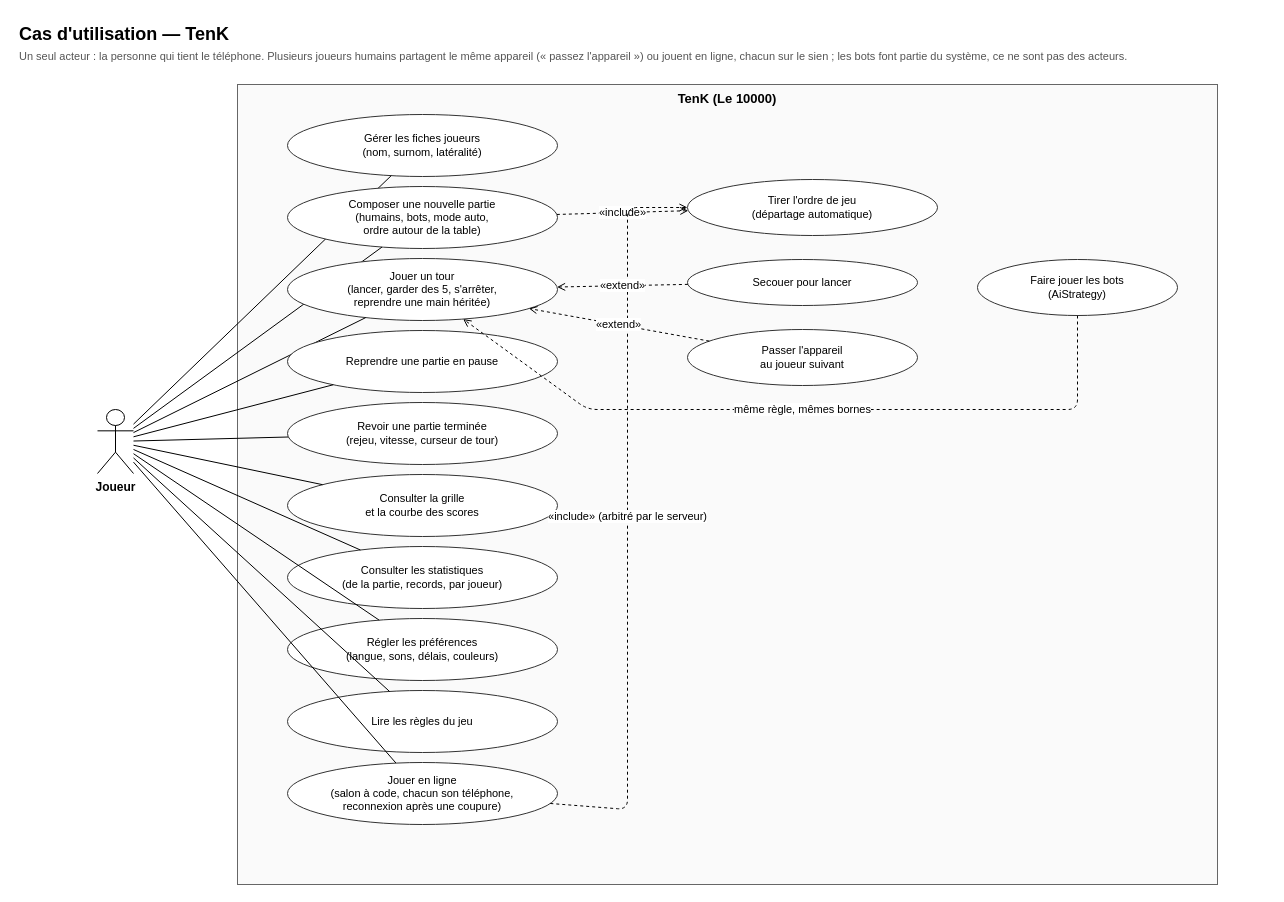
This is docs/uml/use-cases.drawio from microscotch/tenk, a draw.io file, before an edit. Source tidied: cells renumbered, new cells numbered last; positions are measured from the earlier drawing's top-left corner, leaving out a move shared by most shapes. Both pictures are drawn from the tidied source at 100%, with x=0, y=0 at pixel (17, 17).
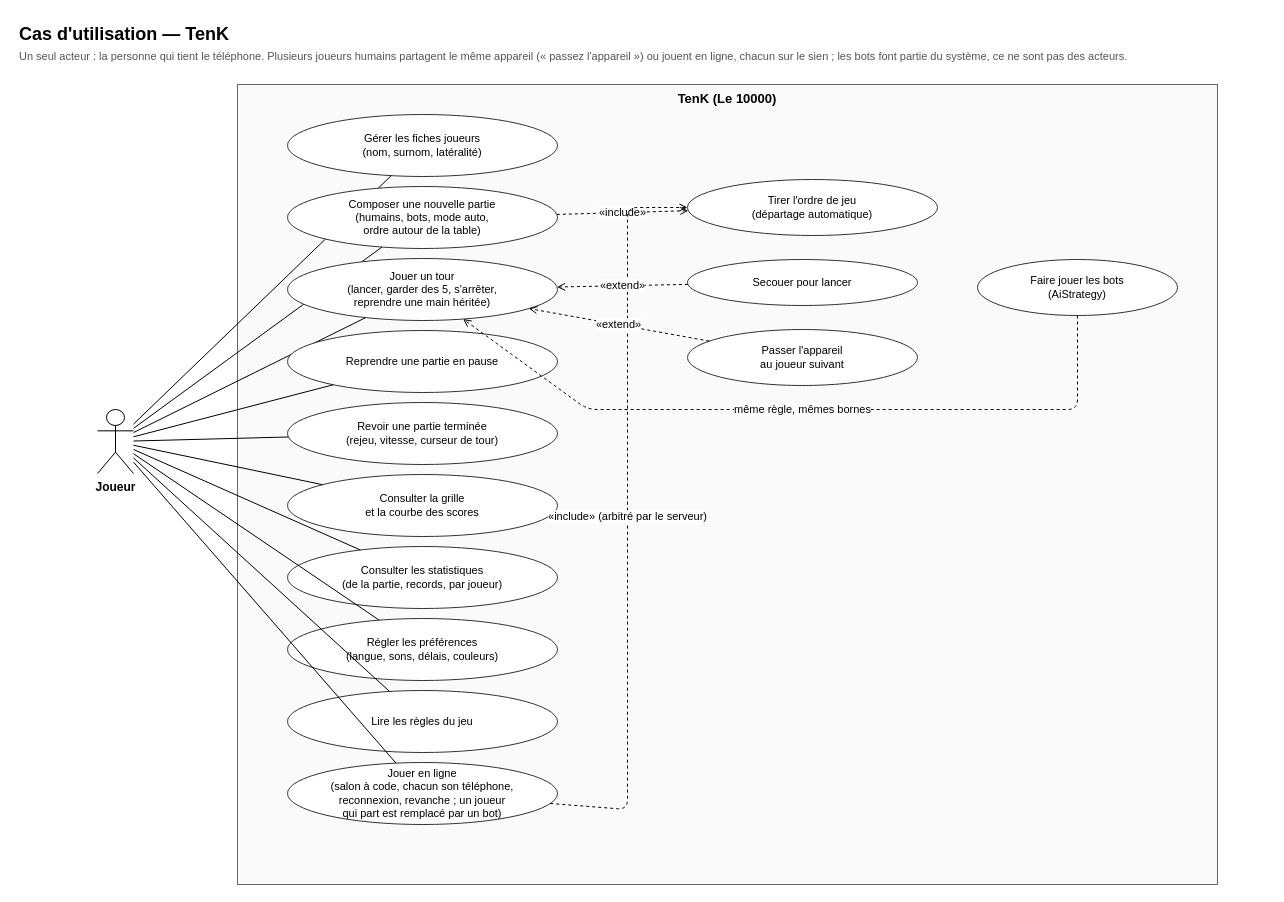
Above is the later version.

What changed in the source:
```diff
@@
-    <mxCell id="24" value="Jouer en ligne&lt;br/&gt;(salon à code, chacun son téléphone,&lt;br/&gt;reconnexion après une coupure)" style="ellipse;whiteSpace=wrap;html=1;fontSize=11;fillColor=#ffffff;strokeColor=#333333;" parent="1" vertex="1">
+    <mxCell id="24" value="Jouer en ligne&lt;br/&gt;(salon à code, chacun son téléphone,&lt;br/&gt;reconnexion, revanche ; un joueur&lt;br/&gt;qui part est remplacé par un bot)" style="ellipse;whiteSpace=wrap;html=1;fontSize=11;fillColor=#ffffff;strokeColor=#333333;" parent="1" vertex="1">
       <mxGeometry x="270" y="745" width="270" height="62" as="geometry" />
     </mxCell>
```
